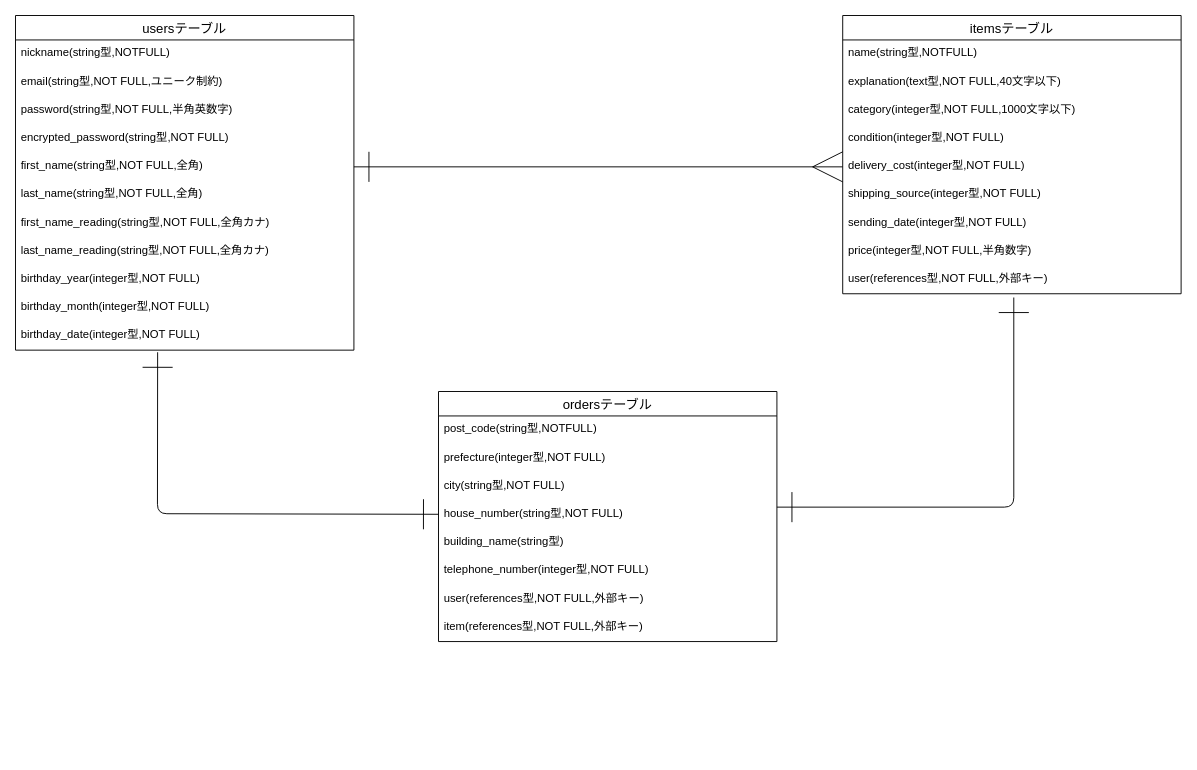
The draw.io diagram furima.dio in rfitstatsuya/furima-39782, before the edit. Source tidied: cells renumbered, new cells numbered last; positions are measured from the earlier drawing's top-left corner, leaving out a move shared by most shapes. Both pictures are drawn from the tidied source at 94%, with x=0, y=0 at pixel (15, 15).
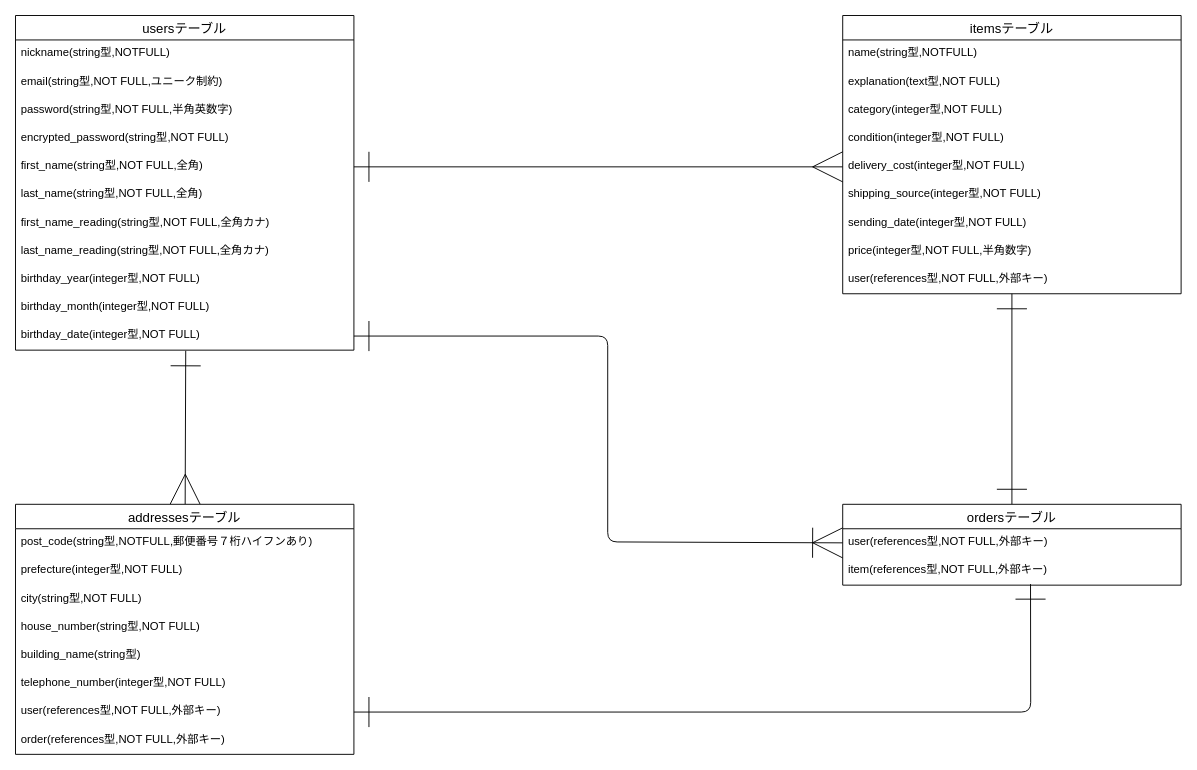
After the change.

The change refers to these unchanged cells:
```xml
<mxCell id="13" value="birthday_date(integer型,NOT FULL)    " style="text;strokeColor=none;fillColor=none;spacingLeft=4;spacingRight=4;overflow=hidden;points=[[0,0.5],[1,0.5]];portConstraint=eastwest;fontSize=12;" parent="2" vertex="1">
  <mxGeometry y="326" width="360" height="30" as="geometry" />
</mxCell>
<mxCell id="14" value="itemsテーブル" style="swimlane;fontStyle=0;horizontal=1;startSize=26;align=center;fontSize=14;" parent="1" vertex="1">
  <mxGeometry x="880" width="360" height="296" as="geometry" />
</mxCell>
<mxCell id="23" value="user(references型,NOT FULL,外部キー)" style="text;strokeColor=none;fillColor=none;spacingLeft=4;spacingRight=4;overflow=hidden;points=[[0,0.5],[1,0.5]];portConstraint=eastwest;fontSize=12;" parent="14" vertex="1">
  <mxGeometry y="266" width="360" height="30" as="geometry" />
</mxCell>
<mxCell id="28" value="house_number(string型,NOT FULL)" style="text;strokeColor=none;fillColor=none;spacingLeft=4;spacingRight=4;overflow=hidden;points=[[0,0.5],[1,0.5]];portConstraint=eastwest;fontSize=12;" parent="24" vertex="1">
  <mxGeometry y="116" width="360" height="30" as="geometry" />
</mxCell>
<mxCell id="31" value="user(references型,NOT FULL,外部キー)" style="text;strokeColor=none;fillColor=none;spacingLeft=4;spacingRight=4;overflow=hidden;points=[[0,0.5],[1,0.5]];portConstraint=eastwest;fontSize=12;" parent="24" vertex="1">
  <mxGeometry y="206" width="360" height="30" as="geometry" />
</mxCell>
```

The edit, as a diff of the source:
```diff
@@
-    <mxCell id="16" value="explanation(text型,NOT FULL,40文字以下)" style="text;strokeColor=none;fillColor=none;spacingLeft=4;spacingRight=4;overflow=hidden;fontSize=12;" parent="14" vertex="1">
+    <mxCell id="16" value="explanation(text型,NOT FULL)" style="text;strokeColor=none;fillColor=none;spacingLeft=4;spacingRight=4;overflow=hidden;fontSize=12;" parent="14" vertex="1">
       <mxGeometry y="56" width="360" height="30" as="geometry" />
     </mxCell>
-    <mxCell id="17" value="category(integer型,NOT FULL,1000文字以下)" style="text;strokeColor=none;fillColor=none;spacingLeft=4;spacingRight=4;overflow=hidden;fontSize=12;" parent="14" vertex="1">
+    <mxCell id="17" value="category(integer型,NOT FULL)" style="text;strokeColor=none;fillColor=none;spacingLeft=4;spacingRight=4;overflow=hidden;fontSize=12;" parent="14" vertex="1">
       <mxGeometry y="86" width="360" height="30" as="geometry" />
     </mxCell>
@@
+    <mxCell id="36" style="edgeStyle=none;html=1;entryX=0.503;entryY=1.022;entryDx=0;entryDy=0;entryPerimeter=0;startArrow=ERmany;startFill=0;endArrow=ERone;endFill=0;startSize=30;endSize=30;targetPerimeterSpacing=0;" parent="1" edge="1" source="24" target="13">
+      <mxGeometry relative="1" as="geometry" />
+    </mxCell>
-    <mxCell id="24" value="ordersテーブル" style="swimlane;fontStyle=0;horizontal=1;startSize=26;align=center;fontSize=14;" parent="1" vertex="1">
-      <mxGeometry x="450" y="400" width="360" height="266" as="geometry" />
+    <mxCell id="24" value="addressesテーブル" style="swimlane;fontStyle=0;horizontal=1;startSize=26;align=center;fontSize=14;" parent="1" vertex="1">
+      <mxGeometry y="520" width="360" height="266" as="geometry" />
     </mxCell>
-    <mxCell id="25" value="post_code(string型,NOTFULL)" style="text;strokeColor=none;fillColor=none;spacingLeft=4;spacingRight=4;overflow=hidden;fontSize=12;" parent="24" vertex="1">
+    <mxCell id="25" value="post_code(string型,NOTFULL,郵便番号７桁ハイフンあり)" style="text;strokeColor=none;fillColor=none;spacingLeft=4;spacingRight=4;overflow=hidden;fontSize=12;" parent="24" vertex="1">
       <mxGeometry y="26" width="360" height="30" as="geometry" />
     </mxCell>
@@
-    <mxCell id="32" value="item(references型,NOT FULL,外部キー)" style="text;strokeColor=none;fillColor=none;spacingLeft=4;spacingRight=4;overflow=hidden;fontSize=12;" parent="24" vertex="1">
+    <mxCell id="32" value="order(references型,NOT FULL,外部キー)" style="text;strokeColor=none;fillColor=none;spacingLeft=4;spacingRight=4;overflow=hidden;fontSize=12;" parent="24" vertex="1">
       <mxGeometry y="236" width="360" height="30" as="geometry" />
     </mxCell>
-    <mxCell id="33" style="edgeStyle=none;html=1;endArrow=ERone;endFill=0;startArrow=ERone;startFill=0;endSize=30;startSize=30;" parent="1" edge="1">
-      <mxGeometry relative="1" as="geometry">
-        <mxPoint x="810" y="523" as="sourcePoint" />
-        <mxPoint x="1062" y="300" as="targetPoint" />
-        <Array as="points">
-          <mxPoint x="1062" y="523" />
-        </Array>
-      </mxGeometry>
-    </mxCell>
-    <mxCell id="34" style="edgeStyle=none;html=1;entryX=0.42;entryY=1.075;entryDx=0;entryDy=0;entryPerimeter=0;startArrow=ERone;startFill=0;endArrow=ERone;endFill=0;endSize=30;startSize=30;" parent="1" edge="1" source="28" target="13">
-      <mxGeometry relative="1" as="geometry">
-        <Array as="points">
-          <mxPoint x="151" y="530" />
-        </Array>
-      </mxGeometry>
-    </mxCell>
@@
+    <mxCell id="37" style="edgeStyle=none;html=1;exitX=0.5;exitY=0;exitDx=0;exitDy=0;startArrow=ERone;startFill=0;endArrow=ERone;endFill=0;startSize=30;endSize=30;targetPerimeterSpacing=0;" parent="1" edge="1" source="38" target="23">
+      <mxGeometry relative="1" as="geometry" />
+    </mxCell>
+    <mxCell id="38" value="ordersテーブル" style="swimlane;fontStyle=0;horizontal=1;startSize=26;align=center;fontSize=14;strokeColor=default;" parent="1" vertex="1">
+      <mxGeometry x="880" y="520" width="360" height="86" as="geometry" />
+    </mxCell>
+    <mxCell id="39" value="user(references型,NOT FULL,外部キー)" style="text;strokeColor=none;fillColor=none;spacingLeft=4;spacingRight=4;overflow=hidden;points=[[0,0.5],[1,0.5]];portConstraint=eastwest;fontSize=12;" parent="38" vertex="1">
+      <mxGeometry y="26" width="360" height="30" as="geometry" />
+    </mxCell>
+    <mxCell id="40" value="item(references型,NOT FULL,外部キー)" style="text;strokeColor=none;fillColor=none;spacingLeft=4;spacingRight=4;overflow=hidden;points=[[0,0.5],[1,0.5]];portConstraint=eastwest;fontSize=12;" parent="38" vertex="1">
+      <mxGeometry y="56" width="360" height="30" as="geometry" />
+    </mxCell>
+    <mxCell id="41" style="edgeStyle=none;html=1;exitX=1;exitY=0.5;exitDx=0;exitDy=0;entryX=0;entryY=0.5;entryDx=0;entryDy=0;startArrow=ERone;startFill=0;endArrow=ERoneToMany;endFill=0;startSize=30;endSize=30;targetPerimeterSpacing=0;" parent="1" edge="1" source="13" target="39">
+      <mxGeometry relative="1" as="geometry">
+        <Array as="points">
+          <mxPoint x="630" y="341" />
+          <mxPoint x="630" y="560" />
+        </Array>
+      </mxGeometry>
+    </mxCell>
+    <mxCell id="42" style="edgeStyle=none;html=1;exitX=1;exitY=0.5;exitDx=0;exitDy=0;entryX=0.555;entryY=0.963;entryDx=0;entryDy=0;entryPerimeter=0;startArrow=ERone;startFill=0;endArrow=ERone;endFill=0;startSize=30;endSize=30;targetPerimeterSpacing=0;" parent="1" edge="1" source="31" target="40">
+      <mxGeometry relative="1" as="geometry">
+        <Array as="points">
+          <mxPoint x="1080" y="741" />
+        </Array>
+      </mxGeometry>
+    </mxCell>
```
